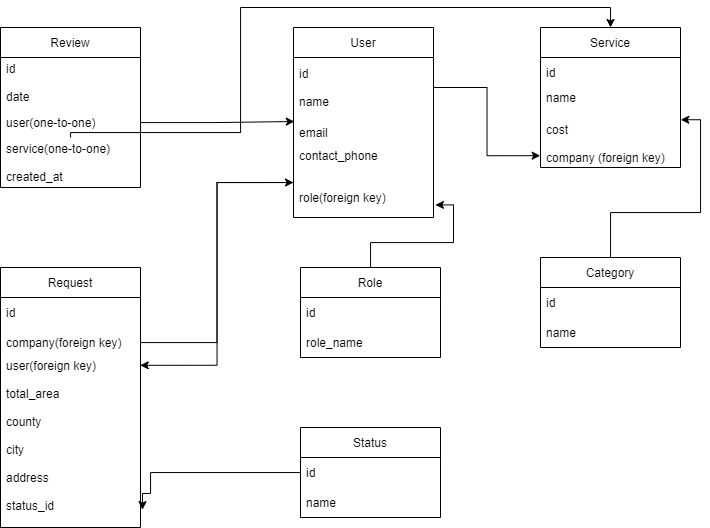
This is homework_3/database.png from sqdArtemy/cleaningService, a draw.io export, as it was before one commit. Source tidied: cells renumbered, new cells last; positions are measured from the earlier drawing's top-left corner, leaving out a move shared by most shapes.
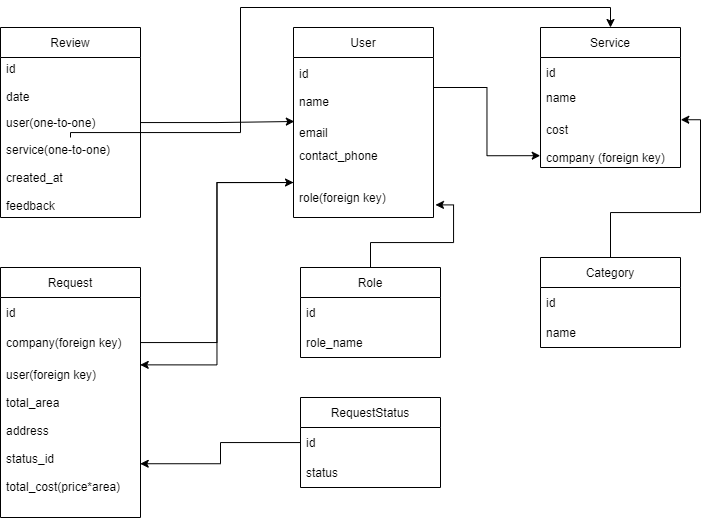
After the change.

What changed in the source:
```diff
@@ -51,7 +51,7 @@
       <mxGeometry y="60" width="140" height="30" as="geometry" />
     </mxCell>
     <mxCell id="18" value="Review" style="swimlane;fontStyle=0;horizontal=1;startSize=30;" parent="1" vertex="1">
-      <mxGeometry y="20" width="140" height="160" as="geometry" />
+      <mxGeometry y="20" width="140" height="190" as="geometry" />
     </mxCell>
     <mxCell id="19" value="id&#10;&#10;date" style="text;strokeColor=none;fillColor=none;align=left;verticalAlign=middle;spacingLeft=4;spacingRight=4;overflow=hidden;" parent="18" vertex="1">
       <mxGeometry y="30" width="140" height="50" as="geometry" />
@@ -59,8 +59,8 @@
     <mxCell id="20" value="user(one-to-one)" style="text;strokeColor=none;fillColor=none;align=left;verticalAlign=middle;spacingLeft=4;spacingRight=4;overflow=hidden;points=[[0,0.5],[1,0.5]];portConstraint=eastwest;" parent="18" vertex="1">
       <mxGeometry y="80" width="140" height="30" as="geometry" />
     </mxCell>
-    <mxCell id="21" value="service(one-to-one)&#10;&#10;created_at" style="text;strokeColor=none;fillColor=none;align=left;verticalAlign=middle;spacingLeft=4;spacingRight=4;overflow=hidden;points=[[0,0.5],[1,0.5]];portConstraint=eastwest;" parent="18" vertex="1">
-      <mxGeometry y="110" width="140" height="50" as="geometry" />
+    <mxCell id="21" value="service(one-to-one)&#10;&#10;created_at&#10;&#10;feedback" style="text;strokeColor=none;fillColor=none;align=left;verticalAlign=middle;spacingLeft=4;spacingRight=4;overflow=hidden;points=[[0,0.5],[1,0.5]];portConstraint=eastwest;" parent="18" vertex="1">
+      <mxGeometry y="110" width="140" height="80" as="geometry" />
     </mxCell>
     <mxCell id="22" style="edgeStyle=orthogonalEdgeStyle;rounded=0;jettySize=auto;html=1;entryX=0.006;entryY=0.133;entryDx=0;entryDy=0;entryPerimeter=0;" parent="1" edge="1" source="20" target="8">
       <mxGeometry relative="1" as="geometry" />
@@ -75,7 +75,7 @@
       </mxGeometry>
     </mxCell>
     <mxCell id="24" value="Request" style="swimlane;fontStyle=0;horizontal=1;startSize=30;" parent="1" vertex="1">
-      <mxGeometry y="260" width="140" height="260" as="geometry" />
+      <mxGeometry y="260" width="140" height="250" as="geometry" />
     </mxCell>
     <mxCell id="25" value="id" style="text;strokeColor=none;fillColor=none;align=left;verticalAlign=middle;spacingLeft=4;spacingRight=4;overflow=hidden;" parent="24" vertex="1">
       <mxGeometry y="30" width="140" height="30" as="geometry" />
@@ -83,25 +83,16 @@
     <mxCell id="26" value="company(foreign key)" style="text;strokeColor=none;fillColor=none;align=left;verticalAlign=middle;spacingLeft=4;spacingRight=4;overflow=hidden;points=[[0,0.5],[1,0.5]];portConstraint=eastwest;" parent="24" vertex="1">
       <mxGeometry y="60" width="140" height="30" as="geometry" />
     </mxCell>
-    <mxCell id="27" value="user(foreign key)&#10;&#10;total_area&#10;&#10;county&#10;&#10;city&#10;&#10;address&#10;&#10;status_id&#10;" style="text;strokeColor=none;fillColor=none;align=left;verticalAlign=middle;spacingLeft=4;spacingRight=4;overflow=hidden;points=[[0,0.5],[1,0.5]];portConstraint=eastwest;" parent="24" vertex="1">
-      <mxGeometry y="90" width="140" height="170" as="geometry" />
+    <mxCell id="27" value="user(foreign key)&#10;&#10;total_area&#10;&#10;address&#10;&#10;status_id&#10;&#10;total_cost(price*area)&#10;" style="text;strokeColor=none;fillColor=none;align=left;verticalAlign=middle;spacingLeft=4;spacingRight=4;overflow=hidden;points=[[0,0.5],[1,0.5]];portConstraint=eastwest;" parent="24" vertex="1">
+      <mxGeometry y="90" width="140" height="160" as="geometry" />
     </mxCell>
-    <mxCell id="28" style="edgeStyle=orthogonalEdgeStyle;rounded=0;jettySize=auto;html=1;entryX=1.014;entryY=0.895;entryDx=0;entryDy=0;entryPerimeter=0;" parent="1" edge="1" source="29" target="27">
-      <mxGeometry relative="1" as="geometry">
-        <Array as="points">
-          <mxPoint x="150" y="465" />
-          <mxPoint x="150" y="486" />
-          <mxPoint x="142" y="486" />
-        </Array>
-      </mxGeometry>
-    </mxCell>
-    <mxCell id="29" value="Status" style="swimlane;fontStyle=0;horizontal=1;startSize=30;" parent="1" vertex="1">
-      <mxGeometry x="300" y="420" width="140" height="90" as="geometry" />
+    <mxCell id="29" value="RequestStatus" style="swimlane;fontStyle=0;horizontal=1;startSize=30;" parent="1" vertex="1">
+      <mxGeometry x="300" y="390" width="140" height="90" as="geometry" />
     </mxCell>
     <mxCell id="30" value="id" style="text;strokeColor=none;fillColor=none;align=left;verticalAlign=middle;spacingLeft=4;spacingRight=4;overflow=hidden;points=[[0,0.5],[1,0.5]];portConstraint=eastwest;" parent="29" vertex="1">
       <mxGeometry y="30" width="140" height="30" as="geometry" />
     </mxCell>
-    <mxCell id="31" value="name" style="text;strokeColor=none;fillColor=none;align=left;verticalAlign=middle;spacingLeft=4;spacingRight=4;overflow=hidden;" parent="29" vertex="1">
+    <mxCell id="31" value="status" style="text;strokeColor=none;fillColor=none;align=left;verticalAlign=middle;spacingLeft=4;spacingRight=4;overflow=hidden;" parent="29" vertex="1">
       <mxGeometry y="60" width="140" height="30" as="geometry" />
     </mxCell>
     <mxCell id="32" style="edgeStyle=orthogonalEdgeStyle;rounded=0;jettySize=auto;html=1;entryX=0;entryY=0.5;entryDx=0;entryDy=0;" parent="1" edge="1" source="26" target="9">
@@ -113,5 +104,8 @@
     <mxCell id="34" style="edgeStyle=orthogonalEdgeStyle;rounded=0;jettySize=auto;html=1;entryX=0.998;entryY=0.046;entryDx=0;entryDy=0;entryPerimeter=0;" parent="1" edge="1" source="9" target="27">
       <mxGeometry relative="1" as="geometry" />
     </mxCell>
+    <mxCell id="35" style="edgeStyle=orthogonalEdgeStyle;rounded=0;jettySize=auto;html=1;entryX=0.998;entryY=0.664;entryDx=0;entryDy=0;entryPerimeter=0;" parent="1" edge="1" source="30" target="27">
+      <mxGeometry relative="1" as="geometry" />
+    </mxCell>
   </root>
 </mxGraphModel>
```
